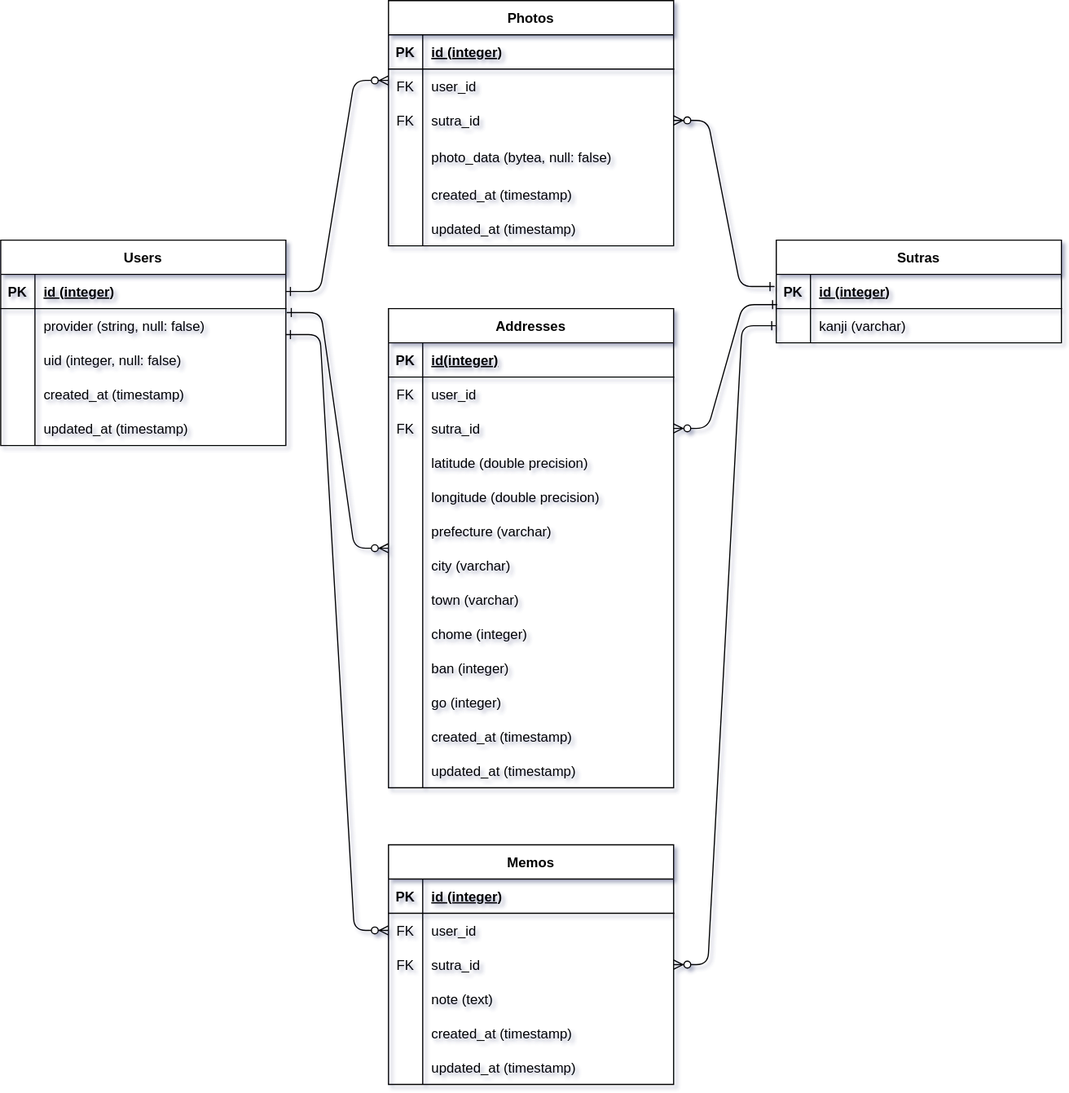
Earlier version of the draw.io export outdoor-heart-sutra.drawio.svg (shirotamaki/entity-relationship-diagram). Source tidied: cells renumbered, new cells last; positions are measured from the earlier drawing's top-left corner, leaving out a move shared by most shapes.
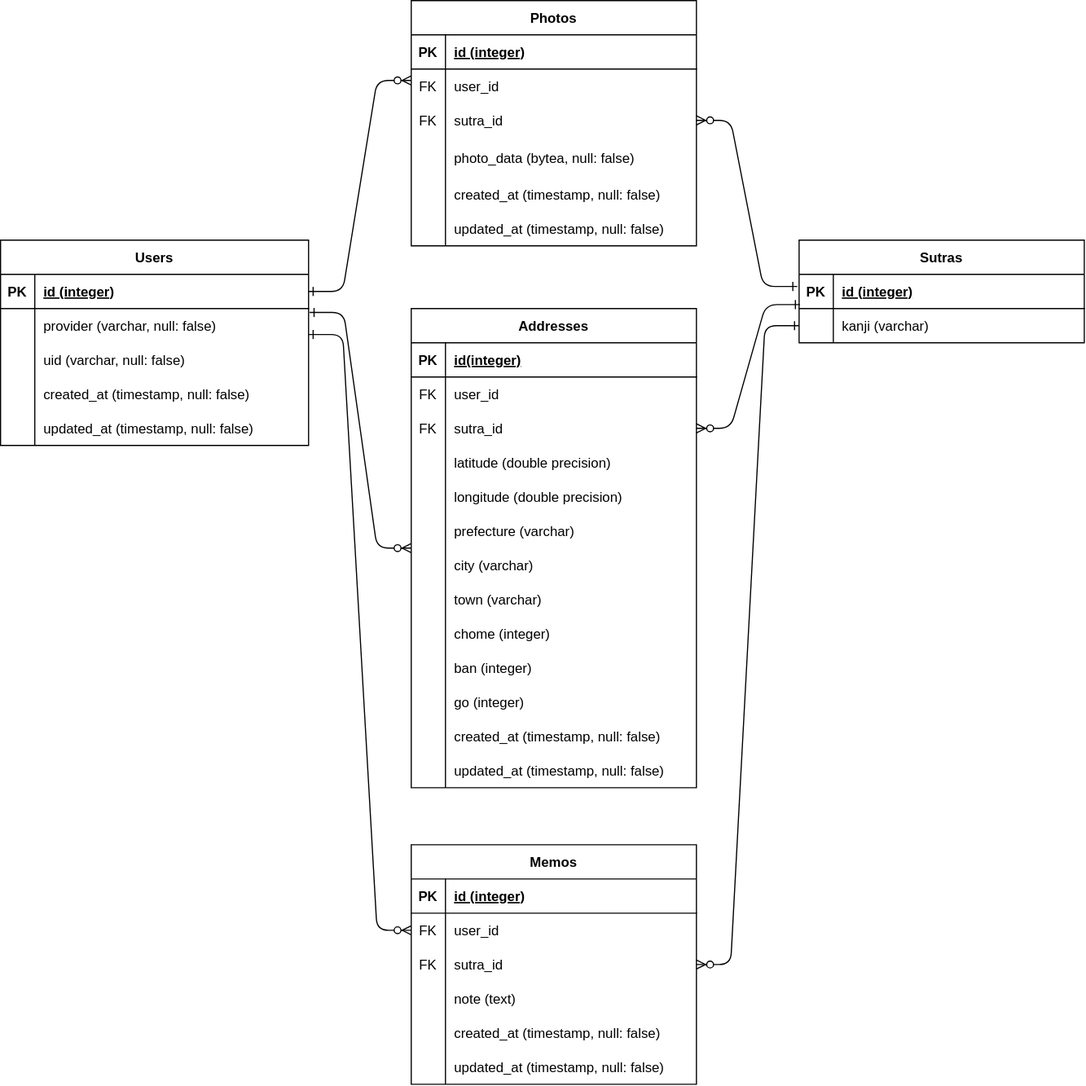
Later version of the same file.

Commit message:
outdoor-heart-sutra.drawio.svg を追加しました。

Diff of the diagram source:
```diff
@@ -47,7 +47,7 @@
     <mxCell id="16" style="shape=partialRectangle;overflow=hidden;fillColor=none;top=0;left=0;bottom=0;right=0;" parent="15" vertex="1">
       <mxGeometry width="30" height="30" as="geometry" />
     </mxCell>
-    <mxCell id="17" value="created_at (timestamp)" style="shape=partialRectangle;overflow=hidden;fillColor=none;top=0;left=0;bottom=0;right=0;align=left;spacingLeft=6;" parent="15" vertex="1">
+    <mxCell id="17" value="created_at (timestamp, null: false)" style="shape=partialRectangle;overflow=hidden;fillColor=none;top=0;left=0;bottom=0;right=0;align=left;spacingLeft=6;" parent="15" vertex="1">
       <mxGeometry x="30" width="220" height="30" as="geometry" />
     </mxCell>
     <mxCell id="18" style="shape=partialRectangle;fillColor=none;top=0;left=0;right=0;bottom=0;" parent="2" vertex="1">
@@ -56,7 +56,7 @@
     <mxCell id="19" style="shape=partialRectangle;overflow=hidden;fillColor=none;top=0;left=0;bottom=0;right=0;" parent="18" vertex="1">
       <mxGeometry width="30" height="30" as="geometry" />
     </mxCell>
-    <mxCell id="20" value="updated_at (timestamp)" style="shape=partialRectangle;overflow=hidden;fillColor=none;top=0;left=0;bottom=0;right=0;align=left;spacingLeft=6;" parent="18" vertex="1">
+    <mxCell id="20" value="updated_at (timestamp, null: false)" style="shape=partialRectangle;overflow=hidden;fillColor=none;top=0;left=0;bottom=0;right=0;align=left;spacingLeft=6;" parent="18" vertex="1">
       <mxGeometry x="30" width="220" height="30" as="geometry" />
     </mxCell>
     <mxCell id="21" value="Addresses" style="shape=table;startSize=30;rowLines=0;fontStyle=1;align=center;" parent="1" vertex="1">
@@ -167,7 +167,7 @@
     <mxCell id="56" style="shape=partialRectangle;overflow=hidden;fillColor=none;top=0;left=0;bottom=0;right=0;" parent="55" vertex="1">
       <mxGeometry width="30" height="30" as="geometry" />
     </mxCell>
-    <mxCell id="57" value="created_at (timestamp)" style="shape=partialRectangle;overflow=hidden;fillColor=none;top=0;left=0;bottom=0;right=0;align=left;spacingLeft=6;" parent="55" vertex="1">
+    <mxCell id="57" value="created_at (timestamp, null: false)" style="shape=partialRectangle;overflow=hidden;fillColor=none;top=0;left=0;bottom=0;right=0;align=left;spacingLeft=6;" parent="55" vertex="1">
       <mxGeometry x="30" width="220" height="30" as="geometry" />
     </mxCell>
     <mxCell id="58" style="shape=partialRectangle;fillColor=none;top=0;left=0;right=0;bottom=0;" parent="21" vertex="1">
@@ -176,57 +176,57 @@
     <mxCell id="59" style="shape=partialRectangle;overflow=hidden;fillColor=none;top=0;left=0;bottom=0;right=0;" parent="58" vertex="1">
       <mxGeometry width="30" height="30" as="geometry" />
     </mxCell>
-    <mxCell id="60" value="updated_at (timestamp)" style="shape=partialRectangle;overflow=hidden;fillColor=none;top=0;left=0;bottom=0;right=0;align=left;spacingLeft=6;" parent="58" vertex="1">
+    <mxCell id="60" value="updated_at (timestamp, null: false)" style="shape=partialRectangle;overflow=hidden;fillColor=none;top=0;left=0;bottom=0;right=0;align=left;spacingLeft=6;" parent="58" vertex="1">
       <mxGeometry x="30" width="220" height="30" as="geometry" />
     </mxCell>
     <mxCell id="61" value="Users" style="shape=table;startSize=30;rowLines=0;fontStyle=1;align=center;" parent="1" vertex="1">
-      <mxGeometry y="210" width="250" height="180" as="geometry" />
+      <mxGeometry x="-20" y="210" width="270" height="180" as="geometry" />
     </mxCell>
     <mxCell id="62" style="shape=partialRectangle;fillColor=none;points=[[0,0.5],[1,0.5]];portConstraint=eastwest;top=0;left=0;right=0;bottom=1;" parent="61" vertex="1">
-      <mxGeometry y="30" width="250" height="30" as="geometry" />
+      <mxGeometry y="30" width="270" height="30" as="geometry" />
     </mxCell>
     <mxCell id="63" value="PK" style="shape=partialRectangle;overflow=hidden;fillColor=none;top=0;left=0;bottom=0;right=0;fontStyle=1;" parent="62" vertex="1">
       <mxGeometry width="30" height="30" as="geometry" />
     </mxCell>
     <mxCell id="64" value="id (integer)" style="shape=partialRectangle;overflow=hidden;fillColor=none;top=0;left=0;bottom=0;right=0;align=left;spacingLeft=6;fontStyle=5;" parent="62" vertex="1">
-      <mxGeometry x="30" width="220" height="30" as="geometry" />
+      <mxGeometry x="30" width="240" height="30" as="geometry" />
     </mxCell>
-    <mxCell id="65" style="shape=partialRectangle;fillColor=none;points=[[0,0.5],[1,0.5]];portConstraint=eastwest;top=0;left=0;right=0;bottom=0;" parent="61" vertex="1">
-      <mxGeometry y="60" width="250" height="30" as="geometry" />
-    </mxCell>
-    <mxCell id="66" style="shape=partialRectangle;overflow=hidden;fillColor=none;top=0;left=0;bottom=0;right=0;" parent="65" vertex="1">
-      <mxGeometry width="30" height="30" as="geometry" />
-    </mxCell>
-    <mxCell id="67" value="provider (string, null: false)" style="shape=partialRectangle;overflow=hidden;fillColor=none;top=0;left=0;bottom=0;right=0;align=left;spacingLeft=6;" parent="65" vertex="1">
-      <mxGeometry x="30" width="220" height="30" as="geometry" />
-    </mxCell>
-    <mxCell id="68" style="shape=partialRectangle;fillColor=none;top=0;left=0;right=0;bottom=0;" parent="61" vertex="1">
-      <mxGeometry y="90" width="250" height="30" as="geometry" />
-    </mxCell>
-    <mxCell id="69" style="shape=partialRectangle;overflow=hidden;fillColor=none;top=0;left=0;bottom=0;right=0;" parent="68" vertex="1">
-      <mxGeometry width="30" height="30" as="geometry" />
-    </mxCell>
-    <mxCell id="70" value="uid (integer, null: false)" style="shape=partialRectangle;overflow=hidden;fillColor=none;top=0;left=0;bottom=0;right=0;align=left;spacingLeft=6;" parent="68" vertex="1">
-      <mxGeometry x="30" width="220" height="30" as="geometry" />
-    </mxCell>
-    <mxCell id="71" style="shape=partialRectangle;fillColor=none;top=0;left=0;right=0;bottom=0;" parent="61" vertex="1">
-      <mxGeometry y="120" width="250" height="30" as="geometry" />
-    </mxCell>
-    <mxCell id="72" style="shape=partialRectangle;overflow=hidden;fillColor=none;top=0;left=0;bottom=0;right=0;" parent="71" vertex="1">
-      <mxGeometry width="30" height="30" as="geometry" />
-    </mxCell>
-    <mxCell id="73" value="created_at (timestamp)" style="shape=partialRectangle;overflow=hidden;fillColor=none;top=0;left=0;bottom=0;right=0;align=left;spacingLeft=6;" parent="71" vertex="1">
-      <mxGeometry x="30" width="220" height="30" as="geometry" />
-    </mxCell>
     <mxCell id="74" style="shape=partialRectangle;fillColor=none;top=0;left=0;right=0;bottom=0;" parent="61" vertex="1">
-      <mxGeometry y="150" width="250" height="30" as="geometry" />
+      <mxGeometry y="60" width="270" height="30" as="geometry" />
     </mxCell>
     <mxCell id="75" style="shape=partialRectangle;overflow=hidden;fillColor=none;top=0;left=0;bottom=0;right=0;" parent="74" vertex="1">
       <mxGeometry width="30" height="30" as="geometry" />
     </mxCell>
-    <mxCell id="76" value="updated_at (timestamp)" style="shape=partialRectangle;overflow=hidden;fillColor=none;top=0;left=0;bottom=0;right=0;align=left;spacingLeft=6;" parent="74" vertex="1">
-      <mxGeometry x="30" width="220" height="30" as="geometry" />
+    <mxCell id="76" value="provider (varchar, null: false)" style="shape=partialRectangle;overflow=hidden;fillColor=none;top=0;left=0;bottom=0;right=0;align=left;spacingLeft=6;" parent="74" vertex="1">
+      <mxGeometry x="30" width="240" height="30" as="geometry" />
     </mxCell>
+    <mxCell id="109" style="shape=partialRectangle;fillColor=none;top=0;left=0;right=0;bottom=0;" parent="61" vertex="1">
+      <mxGeometry y="90" width="270" height="30" as="geometry" />
+    </mxCell>
+    <mxCell id="110" style="shape=partialRectangle;overflow=hidden;fillColor=none;top=0;left=0;bottom=0;right=0;" parent="109" vertex="1">
+      <mxGeometry width="30" height="30" as="geometry" />
+    </mxCell>
+    <mxCell id="111" value="uid (varchar, null: false)" style="shape=partialRectangle;overflow=hidden;fillColor=none;top=0;left=0;bottom=0;right=0;align=left;spacingLeft=6;" parent="109" vertex="1">
+      <mxGeometry x="30" width="240" height="30" as="geometry" />
+    </mxCell>
+    <mxCell id="112" style="shape=partialRectangle;fillColor=none;top=0;left=0;right=0;bottom=0;" parent="61" vertex="1">
+      <mxGeometry y="120" width="270" height="30" as="geometry" />
+    </mxCell>
+    <mxCell id="113" style="shape=partialRectangle;overflow=hidden;fillColor=none;top=0;left=0;bottom=0;right=0;" parent="112" vertex="1">
+      <mxGeometry width="30" height="30" as="geometry" />
+    </mxCell>
+    <mxCell id="114" value="created_at (timestamp, null: false)" style="shape=partialRectangle;overflow=hidden;fillColor=none;top=0;left=0;bottom=0;right=0;align=left;spacingLeft=6;" parent="112" vertex="1">
+      <mxGeometry x="30" width="240" height="30" as="geometry" />
+    </mxCell>
+    <mxCell id="115" style="shape=partialRectangle;fillColor=none;top=0;left=0;right=0;bottom=0;" parent="61" vertex="1">
+      <mxGeometry y="150" width="270" height="30" as="geometry" />
+    </mxCell>
+    <mxCell id="116" style="shape=partialRectangle;overflow=hidden;fillColor=none;top=0;left=0;bottom=0;right=0;" parent="115" vertex="1">
+      <mxGeometry width="30" height="30" as="geometry" />
+    </mxCell>
+    <mxCell id="117" value="updated_at (timestamp, null: false)" style="shape=partialRectangle;overflow=hidden;fillColor=none;top=0;left=0;bottom=0;right=0;align=left;spacingLeft=6;" parent="115" vertex="1">
+      <mxGeometry x="30" width="240" height="30" as="geometry" />
+    </mxCell>
     <mxCell id="77" value="Sutras" style="shape=table;startSize=30;rowLines=0;fontStyle=1;align=center;" parent="1" vertex="1">
       <mxGeometry x="680" y="210" width="250" height="90" as="geometry" />
     </mxCell>
@@ -296,7 +296,7 @@
     <mxCell id="99" style="shape=partialRectangle;overflow=hidden;fillColor=none;top=0;left=0;bottom=0;right=0;" parent="98" vertex="1">
       <mxGeometry width="30" height="30" as="geometry" />
     </mxCell>
-    <mxCell id="100" value="created_at (timestamp)" style="shape=partialRectangle;overflow=hidden;fillColor=none;top=0;left=0;bottom=0;right=0;align=left;spacingLeft=6;" parent="98" vertex="1">
+    <mxCell id="100" value="created_at (timestamp, null: false)" style="shape=partialRectangle;overflow=hidden;fillColor=none;top=0;left=0;bottom=0;right=0;align=left;spacingLeft=6;" parent="98" vertex="1">
       <mxGeometry x="30" width="220" height="30" as="geometry" />
     </mxCell>
     <mxCell id="101" style="shape=partialRectangle;fillColor=none;top=0;left=0;right=0;bottom=0;" parent="85" vertex="1">
@@ -305,14 +305,18 @@
     <mxCell id="102" style="shape=partialRectangle;overflow=hidden;fillColor=none;top=0;left=0;bottom=0;right=0;" parent="101" vertex="1">
       <mxGeometry width="30" height="30" as="geometry" />
     </mxCell>
-    <mxCell id="103" value="updated_at (timestamp)" style="shape=partialRectangle;overflow=hidden;fillColor=none;top=0;left=0;bottom=0;right=0;align=left;spacingLeft=6;" parent="101" vertex="1">
+    <mxCell id="103" value="updated_at (timestamp, null: false)" style="shape=partialRectangle;overflow=hidden;fillColor=none;top=0;left=0;bottom=0;right=0;align=left;spacingLeft=6;" parent="101" vertex="1">
       <mxGeometry x="30" width="220" height="30" as="geometry" />
     </mxCell>
-    <mxCell id="104" style="edgeStyle=entityRelationEdgeStyle;endArrow=ERzeroToMany;startArrow=ERone;endFill=1;startFill=0;exitX=1.008;exitY=0.114;exitDx=0;exitDy=0;exitPerimeter=0;entryX=0;entryY=0.5;entryDx=0;entryDy=0;" parent="1" edge="1" source="65" target="21">
-      <mxGeometry relative="1" as="geometry" />
+    <mxCell id="104" style="edgeStyle=entityRelationEdgeStyle;endArrow=ERzeroToMany;startArrow=ERone;endFill=1;startFill=0;exitX=1.008;exitY=0.114;exitDx=0;exitDy=0;exitPerimeter=0;entryX=0;entryY=0.5;entryDx=0;entryDy=0;" parent="1" edge="1" target="21">
+      <mxGeometry relative="1" as="geometry">
+        <mxPoint x="250.8" y="273.4" as="sourcePoint" />
+      </mxGeometry>
     </mxCell>
-    <mxCell id="105" style="edgeStyle=entityRelationEdgeStyle;endArrow=ERzeroToMany;startArrow=ERone;endFill=1;startFill=0;exitX=1;exitY=0.758;exitDx=0;exitDy=0;exitPerimeter=0;entryX=0;entryY=0.5;entryDx=0;entryDy=0;" parent="1" edge="1" source="65" target="89">
-      <mxGeometry relative="1" as="geometry" />
+    <mxCell id="105" style="edgeStyle=entityRelationEdgeStyle;endArrow=ERzeroToMany;startArrow=ERone;endFill=1;startFill=0;exitX=1;exitY=0.758;exitDx=0;exitDy=0;exitPerimeter=0;entryX=0;entryY=0.5;entryDx=0;entryDy=0;" parent="1" edge="1" target="89">
+      <mxGeometry relative="1" as="geometry">
+        <mxPoint x="250" y="292.7" as="sourcePoint" />
+      </mxGeometry>
     </mxCell>
     <mxCell id="106" style="edgeStyle=entityRelationEdgeStyle;endArrow=ERzeroToMany;startArrow=ERone;endFill=1;startFill=0;exitX=-0.006;exitY=0.355;exitDx=0;exitDy=0;exitPerimeter=0;entryX=1;entryY=0.5;entryDx=0;entryDy=0;" parent="1" edge="1" source="78" target="9">
       <mxGeometry relative="1" as="geometry" />
```
